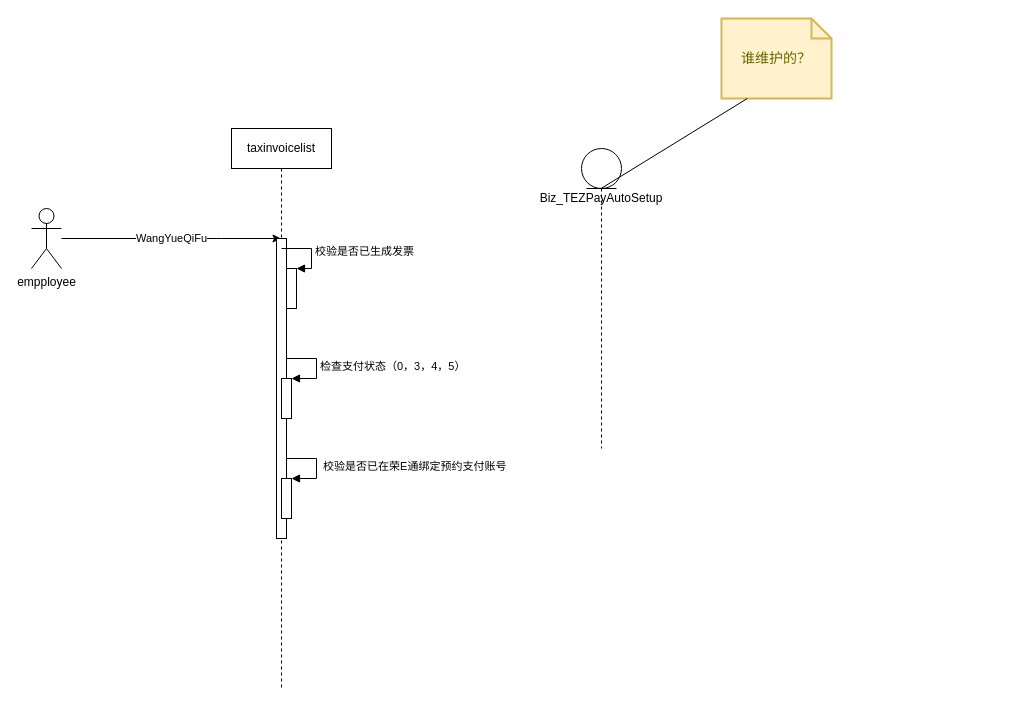
yi2003/diagram keeps this draw.io diagram as 网约起付.drawio. Above is the earlier version. Source tidied: cells renumbered, new cells numbered last; positions are measured from the earlier drawing's top-left corner, leaving out a move shared by most shapes. Both pictures are drawn from the tidied source at 100%, with x=0, y=0 at pixel (31, 18).
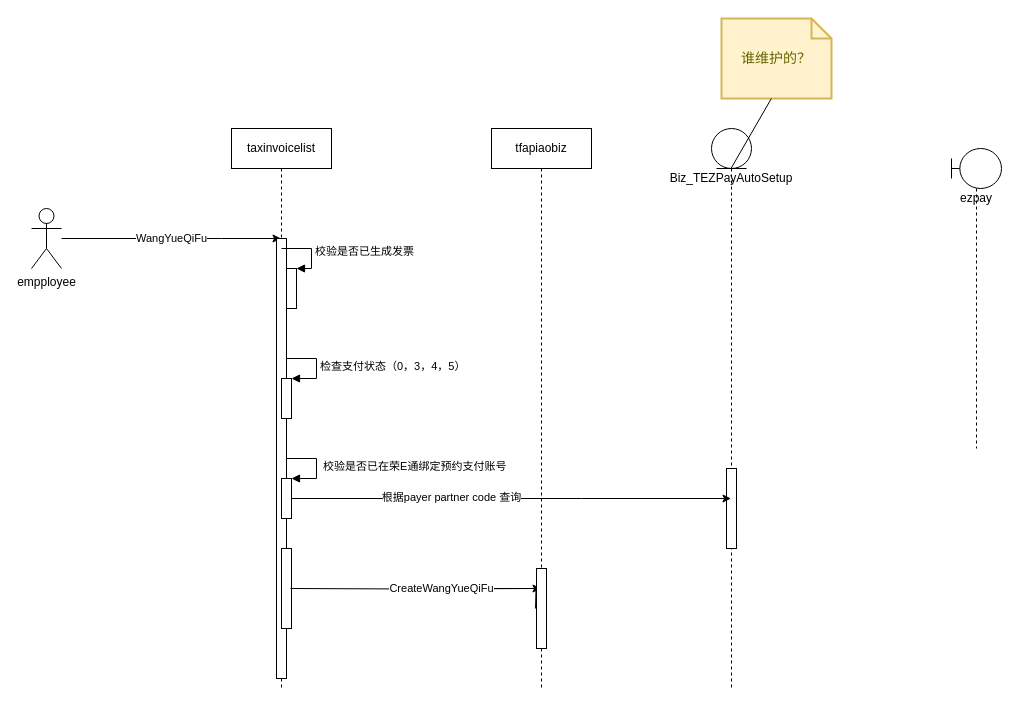
Above is the later version.

Unchanged cells that the change refers to:
```xml
<mxCell id="4" value="taxinvoicelist" style="shape=umlLifeline;perimeter=lifelinePerimeter;whiteSpace=wrap;html=1;outlineConnect=0;" parent="1" vertex="1">
  <mxGeometry x="200" y="110" width="100" height="560" as="geometry" />
</mxCell>
<mxCell id="10" style="html=1;points=[];perimeter=orthogonalPerimeter;" parent="4" vertex="1">
  <mxGeometry x="50" y="350" width="10" height="40" as="geometry" />
</mxCell>
```

Change to the diagram source:
```diff
@@
     <mxCell id="5" style="html=1;perimeter=orthogonalPerimeter;" parent="4" vertex="1">
-      <mxGeometry x="45" y="110" width="10" height="300" as="geometry" />
+      <mxGeometry x="45" y="110" width="10" height="440" as="geometry" />
     </mxCell>
@@
+    <mxCell id="15" style="html=1;perimeter=orthogonalPerimeter;" parent="4" vertex="1">
+      <mxGeometry x="50" y="420" width="10" height="80" as="geometry" />
+    </mxCell>
     <mxCell id="12" value="Biz_TEZPayAutoSetup" style="shape=umlLifeline;participant=umlEntity;perimeter=lifelinePerimeter;whiteSpace=wrap;html=1;verticalAlign=top;spacingTop=36;outlineConnect=0;size=40;" parent="1" vertex="1">
-      <mxGeometry x="550" y="130" width="40" height="300" as="geometry" />
+      <mxGeometry x="680" y="110" width="40" height="560" as="geometry" />
     </mxCell>
+    <mxCell id="16" style="html=1;perimeter=orthogonalPerimeter;" parent="12" vertex="1">
+      <mxGeometry x="15" y="340" width="10" height="80" as="geometry" />
+    </mxCell>
@@
+    <mxCell id="17" style="edgeStyle=orthogonalEdgeStyle;rounded=0;jettySize=auto;html=1;" parent="1" edge="1" source="10" target="12">
+      <mxGeometry relative="1" as="geometry">
+        <Array as="points">
+          <mxPoint x="550" y="480" />
+          <mxPoint x="550" y="480" />
+        </Array>
+      </mxGeometry>
+    </mxCell>
+    <mxCell id="18" value="根据payer partner code 查询" style="edgeLabel;html=1;align=center;verticalAlign=middle;" parent="17" vertex="1">
+      <mxGeometry x="-0.28" y="2" relative="1" as="geometry">
+        <mxPoint x="1" as="offset" />
+      </mxGeometry>
+    </mxCell>
+    <mxCell id="19" value="ezpay" style="shape=umlLifeline;participant=umlBoundary;perimeter=lifelinePerimeter;whiteSpace=wrap;html=1;verticalAlign=top;spacingTop=36;" parent="1" vertex="1">
+      <mxGeometry x="920" y="130" width="50" height="300" as="geometry" />
+    </mxCell>
+    <mxCell id="20" value="tfapiaobiz" style="shape=umlLifeline;perimeter=lifelinePerimeter;whiteSpace=wrap;html=1;outlineConnect=0;" parent="1" vertex="1">
+      <mxGeometry x="460" y="110" width="100" height="560" as="geometry" />
+    </mxCell>
+    <mxCell id="21" style="edgeStyle=orthogonalEdgeStyle;rounded=0;jettySize=auto;html=1;startArrow=none;" parent="1" edge="1" source="22" target="20">
+      <mxGeometry relative="1" as="geometry">
+        <Array as="points">
+          <mxPoint x="410" y="570" />
+          <mxPoint x="410" y="570" />
+        </Array>
+      </mxGeometry>
+    </mxCell>
+    <mxCell id="22" style="html=1;points=[];perimeter=orthogonalPerimeter;" parent="1" vertex="1">
+      <mxGeometry x="505" y="550" width="10" height="80" as="geometry" />
+    </mxCell>
+    <mxCell id="23" value="CreateWangYueQiFu" style="edgeStyle=orthogonalEdgeStyle;rounded=0;orthogonalLoop=1;jettySize=auto;html=1;endArrow=none;" parent="1" edge="1">
+      <mxGeometry x="0.14" relative="1" as="geometry">
+        <mxPoint x="259" y="570" as="sourcePoint" />
+        <mxPoint x="504" y="590" as="targetPoint" />
+      </mxGeometry>
+    </mxCell>
```
